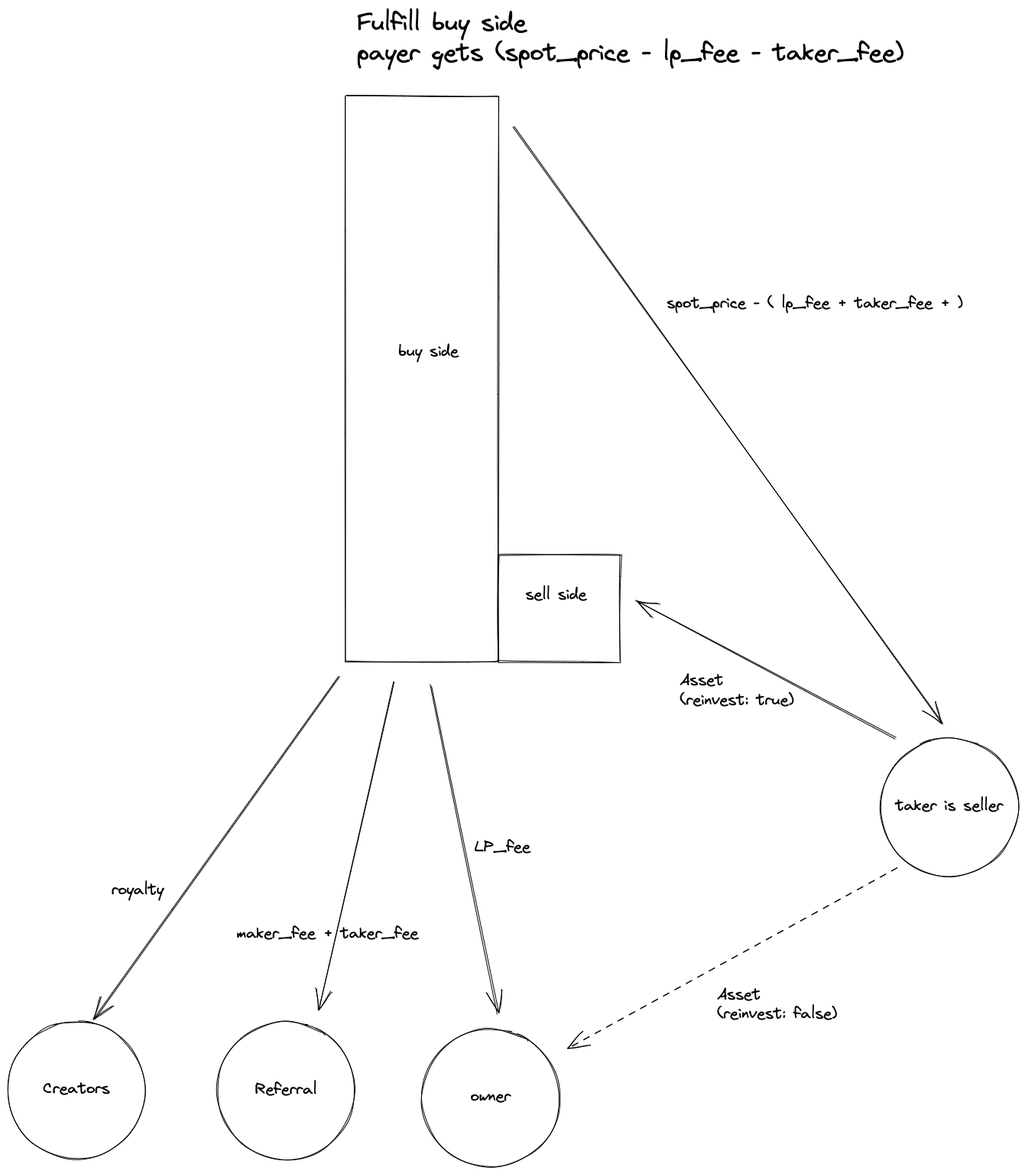
This is docs/fulfill_buy.excalidraw.png from me-foundation/mmm, a Excalidraw export, as it was before one commit. Source tidied: one line per element, renumbered; positions are measured from the earlier drawing's top-left corner, leaving out a move shared by most shapes.
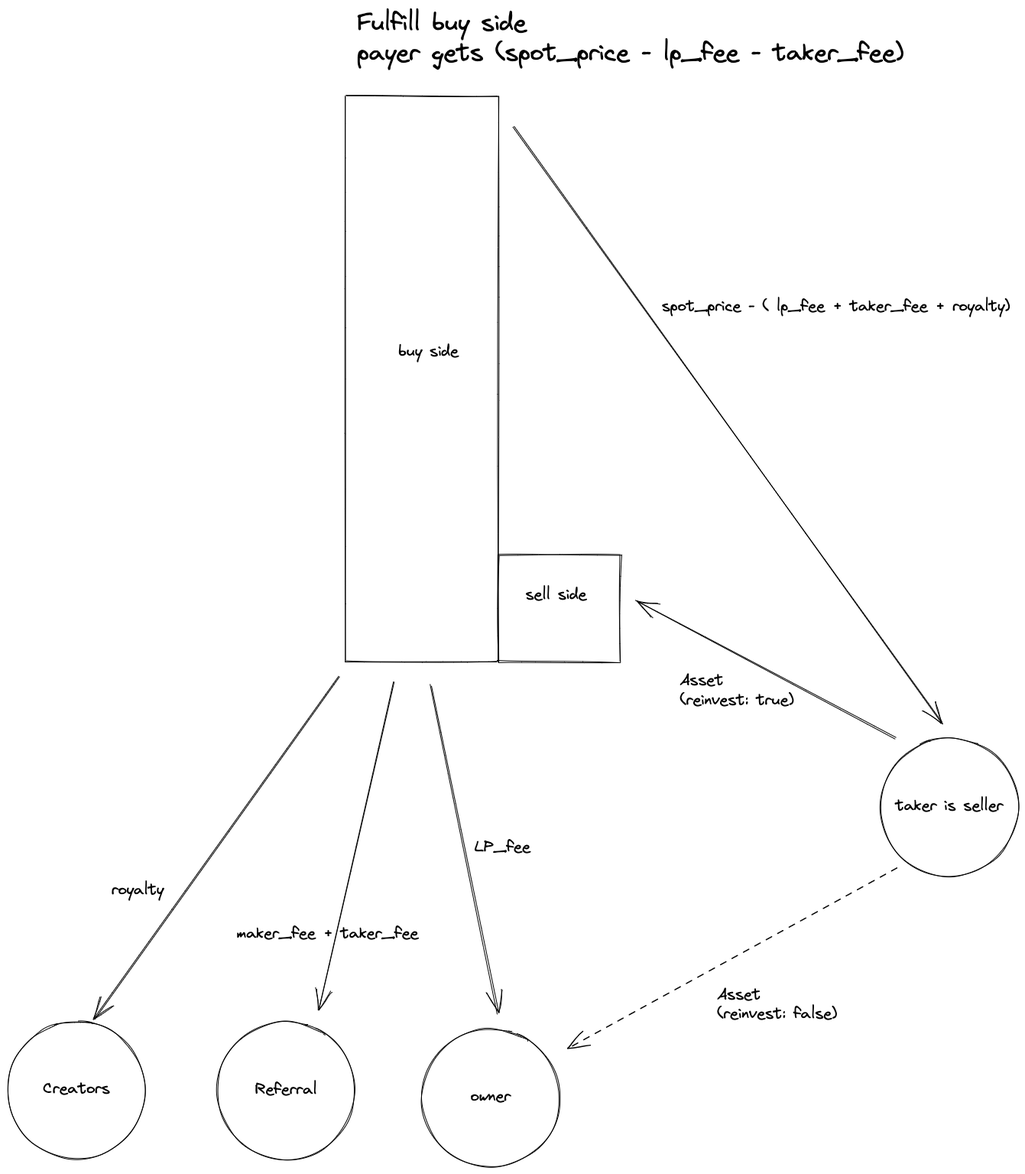
After the commit.

Change to the diagram source:
```diff
@@ -7,7 +7,7 @@
 {"id": 6, "type": "ellipse", "strokeColor": "#000000", "strokeWidth": 1, "roughness": 1, "x": 1142, "y": 956, "width": 180, "height": 180}
 {"id": 7, "type": "text", "text": "taker is seller", "strokeColor": "#000000", "strokeWidth": 1, "roughness": 1, "fontSize": 20, "fontFamily": 1, "textAlign": "center", "verticalAlign": "middle", "inside": 6, "x": 1147, "y": 1033, "width": 170, "height": 25}
 {"id": 8, "type": "arrow", "strokeColor": "#000000", "strokeWidth": 1, "roughness": 1, "endArrowhead": "arrow", "from": 0, "to": 6, "x": 662, "y": 156, "width": 560, "height": 780, "points": [[0, 0], [560, 780]]}
-{"id": 9, "type": "text", "text": "spot_price - ( lp_fee + taker_fee + )", "strokeColor": "#000000", "strokeWidth": 1, "roughness": 1, "fontSize": 20, "fontFamily": 1, "x": 862, "y": 374, "width": 389, "height": 25}
+{"id": 9, "type": "text", "text": "spot_price - ( lp_fee + taker_fee + royalty)", "strokeColor": "#000000", "strokeWidth": 1, "roughness": 1, "fontSize": 20, "fontFamily": 1, "x": 856, "y": 378, "width": 457, "height": 25}
 {"id": 10, "type": "arrow", "strokeColor": "#000000", "strokeWidth": 1, "roughness": 1, "endArrowhead": "arrow", "from": 6, "to": 1, "x": 1162, "y": 956, "width": 340, "height": 180, "points": [[0, 0], [-340, -180]]}
 {"id": 11, "type": "text", "text": "Asset\n(reinvest: true)", "strokeColor": "#000000", "strokeWidth": 1, "roughness": 1, "fontSize": 20, "fontFamily": 1, "x": 879, "y": 868, "width": 150, "height": 51}
 {"id": 12, "type": "arrow", "strokeColor": "#000000", "strokeWidth": 1, "roughness": 1, "endArrowhead": "arrow", "from": 0, "to": 4, "x": 553, "y": 885, "width": 88, "height": 430, "points": [[0, 0], [88, 430]]}
```
